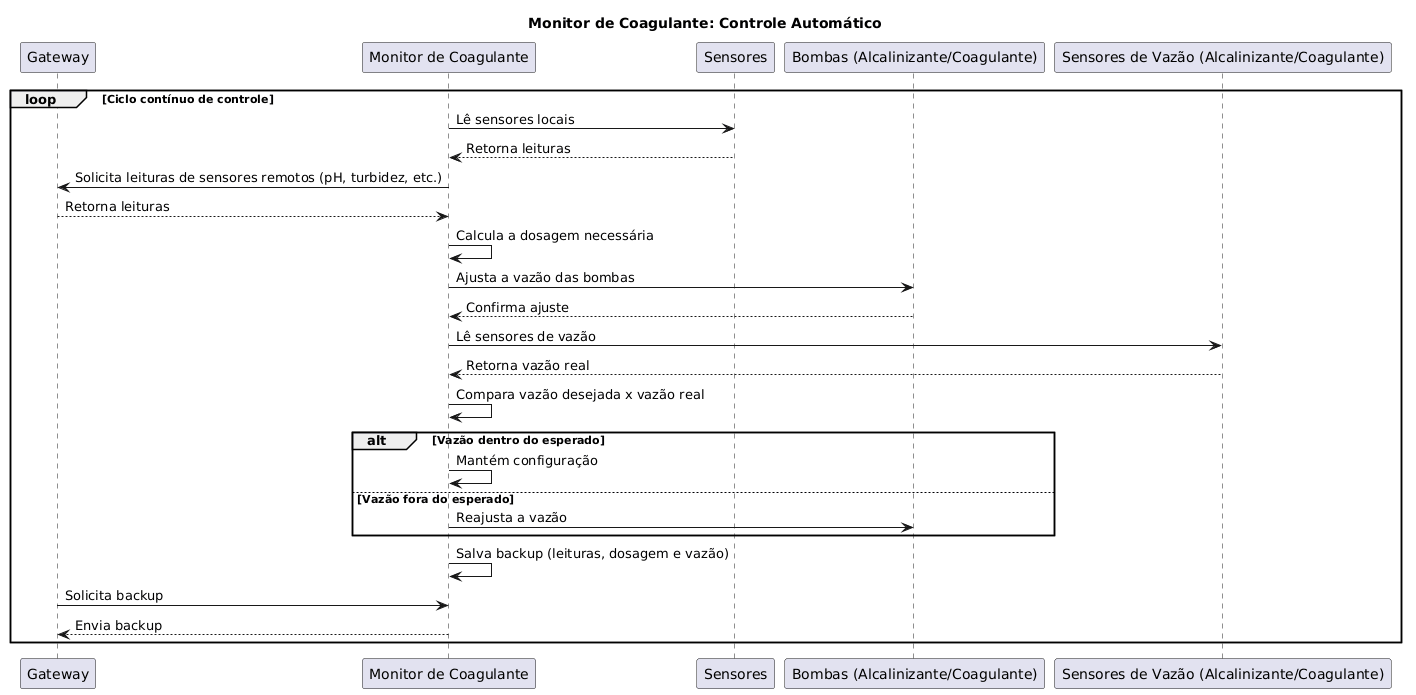
Above: Documentação Monitor/Controle Automático.png in Monique-HidroSolo/plantuml (PlantUML), before the change. Source of this version:
```plantuml
@startuml
title Monitor de Coagulante: Controle Automático

participant Gateway as GW
participant "Monitor de Coagulante" as MC
participant Sensores as S
participant "Bombas (Alcalinizante/Coagulante)" as B
participant "Sensores de Vazão (Alcalinizante/Coagulante)" as V

loop Ciclo contínuo de controle
    MC -> S: Lê sensores locais
    S --> MC: Retorna leituras

    MC -> GW: Solicita leituras de sensores remotos (pH, turbidez, etc.)
    GW --> MC: Retorna leituras

    MC -> MC: Calcula a dosagem necessária

    MC -> B: Ajusta a vazão das bombas
    B --> MC: Confirma ajuste

    MC -> V: Lê sensores de vazão
    V --> MC: Retorna vazão real

    MC -> MC: Compara vazão desejada x vazão real

    alt Vazão dentro do esperado
        MC -> MC: Mantém configuração
    else Vazão fora do esperado
        MC -> B: Reajusta a vazão
    end

    MC -> MC: Salva backup (leituras, dosagem e vazão)

    GW -> MC: Solicita backup
    MC --> GW: Envia backup
end
@enduml
```
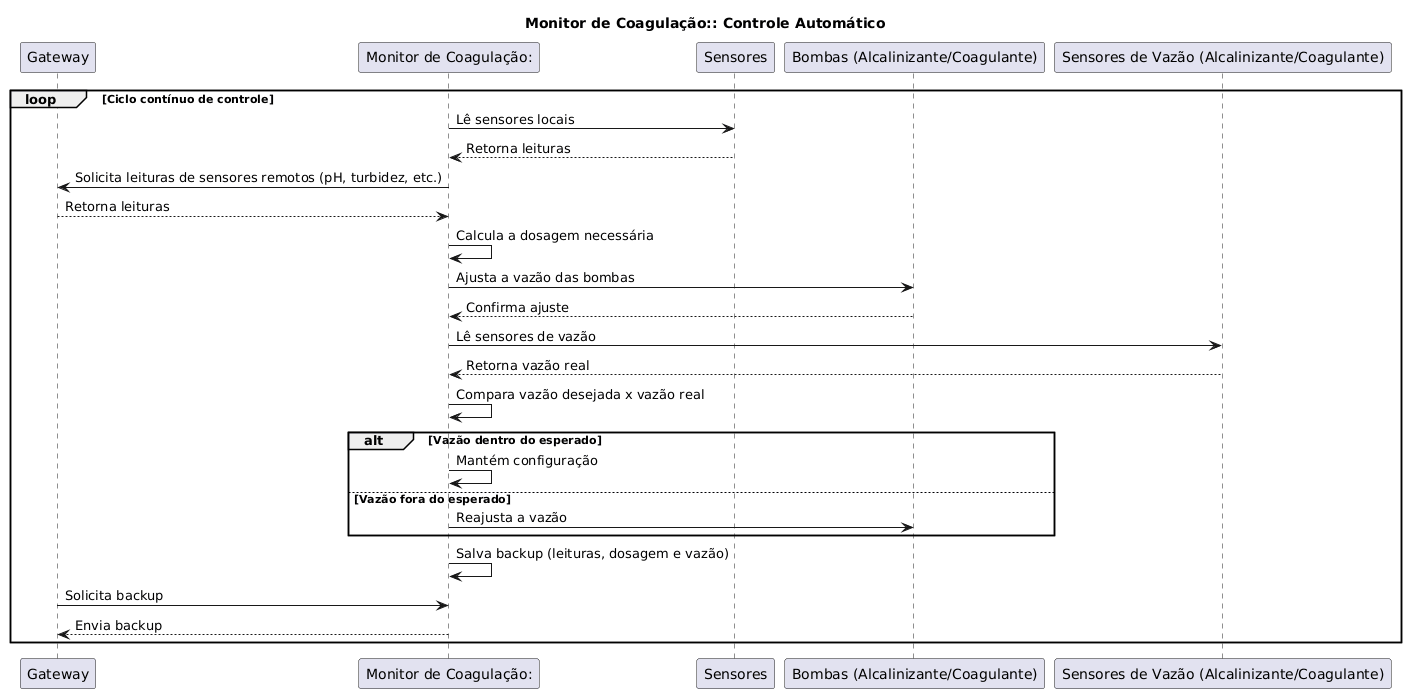
Later version of the same file.

Diff of the diagram source:
```diff
@@ -1,8 +1,8 @@
 @startuml
-title Monitor de Coagulante: Controle Automático
+title Monitor de Coagulação:: Controle Automático
 
 participant Gateway as GW
-participant "Monitor de Coagulante" as MC
+participant "Monitor de Coagulação:" as MC
 participant Sensores as S
 participant "Bombas (Alcalinizante/Coagulante)" as B
 participant "Sensores de Vazão (Alcalinizante/Coagulante)" as V
```
